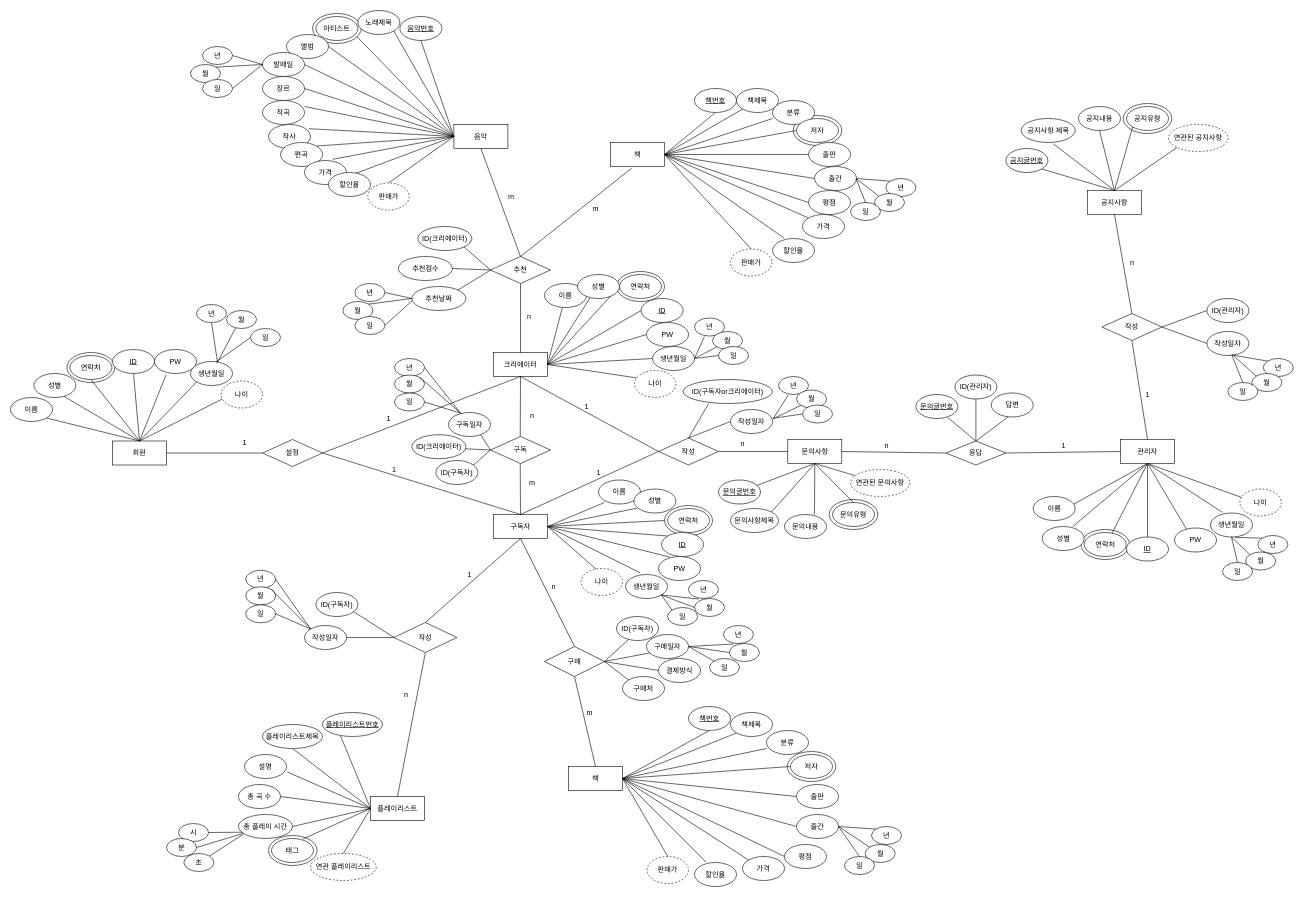
This is Diagram.drawio from kso2050/life_plus, a draw.io file, before an edit. Source tidied: cells renumbered, new cells numbered last; positions are measured from the earlier drawing's top-left corner, leaving out a move shared by most shapes. Both pictures are drawn from the tidied source at 60%, with x=0, y=0 at pixel (10, 10).
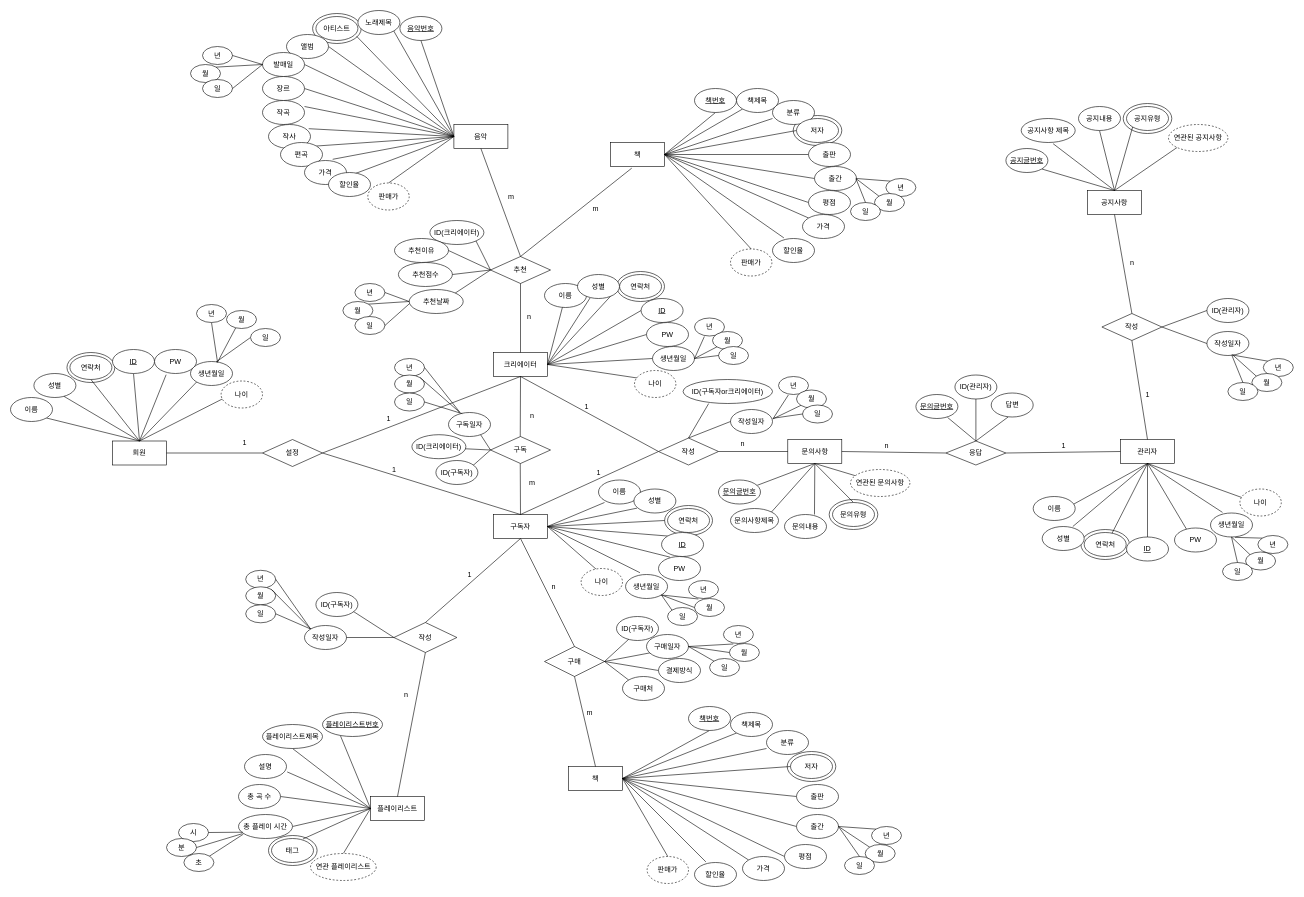
Above is the later version.

Unchanged cells that the change refers to:
```xml
<mxCell id="25" value="추천" style="rhombus;whiteSpace=wrap;html=1;" parent="1" vertex="1">
  <mxGeometry x="800" y="410" width="100" height="45" as="geometry" />
</mxCell>
```

What changed in the source:
```diff
@@
     <mxCell id="220" value="ID(크리에이터)" style="ellipse;whiteSpace=wrap;html=1;" parent="1" vertex="1">
-      <mxGeometry x="679" y="360" width="90" height="40" as="geometry" />
+      <mxGeometry x="699" y="350" width="90" height="40" as="geometry" />
     </mxCell>
     <mxCell id="221" value="추천점수" style="ellipse;whiteSpace=wrap;html=1;" parent="1" vertex="1">
-      <mxGeometry x="646.5" y="410" width="90" height="40" as="geometry" />
+      <mxGeometry x="646.5" y="420" width="90" height="40" as="geometry" />
     </mxCell>
     <mxCell id="222" value="추천날짜" style="ellipse;whiteSpace=wrap;html=1;" parent="1" vertex="1">
-      <mxGeometry x="669" y="460" width="90" height="40" as="geometry" />
+      <mxGeometry x="664.5" y="465" width="90" height="40" as="geometry" />
     </mxCell>
@@
+    <mxCell id="345" value="추천이유" style="ellipse;whiteSpace=wrap;html=1;" parent="1" vertex="1">
+      <mxGeometry x="640" y="380" width="90" height="40" as="geometry" />
+    </mxCell>
+    <mxCell id="346" style="endArrow=none;html=1;rounded=0;exitX=0;exitY=0.5;exitDx=0;exitDy=0;entryX=1;entryY=0.5;entryDx=0;entryDy=0;" parent="1" edge="1" source="25" target="345">
+      <mxGeometry relative="1" as="geometry" />
+    </mxCell>
```
